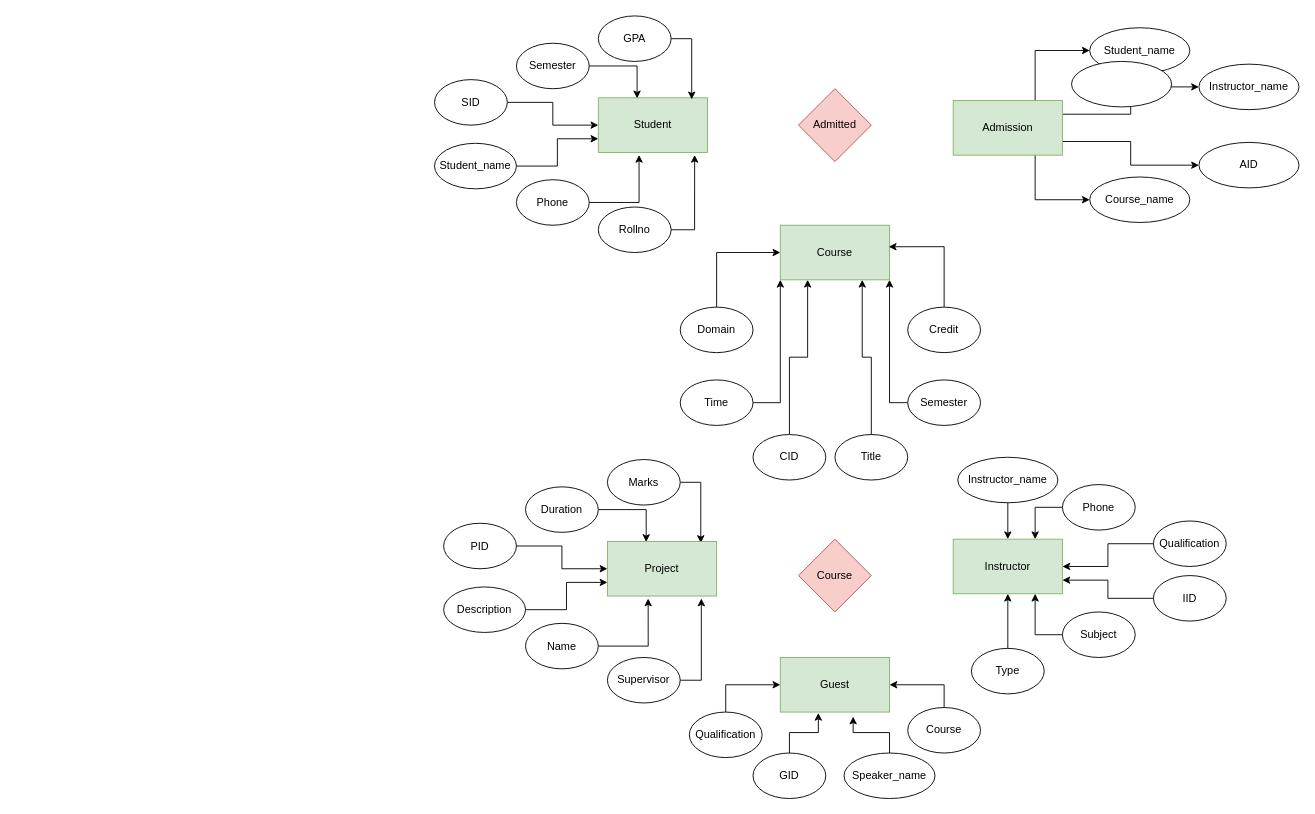
Earlier version of the draw.io diagram database.drawio (sujalthakuri/h). Source tidied: cells renumbered, new cells numbered last; positions are measured from the earlier drawing's top-left corner, leaving out a move shared by most shapes. Both pictures are drawn from the tidied source at 91%, with x=0, y=0 at pixel (434, 15).
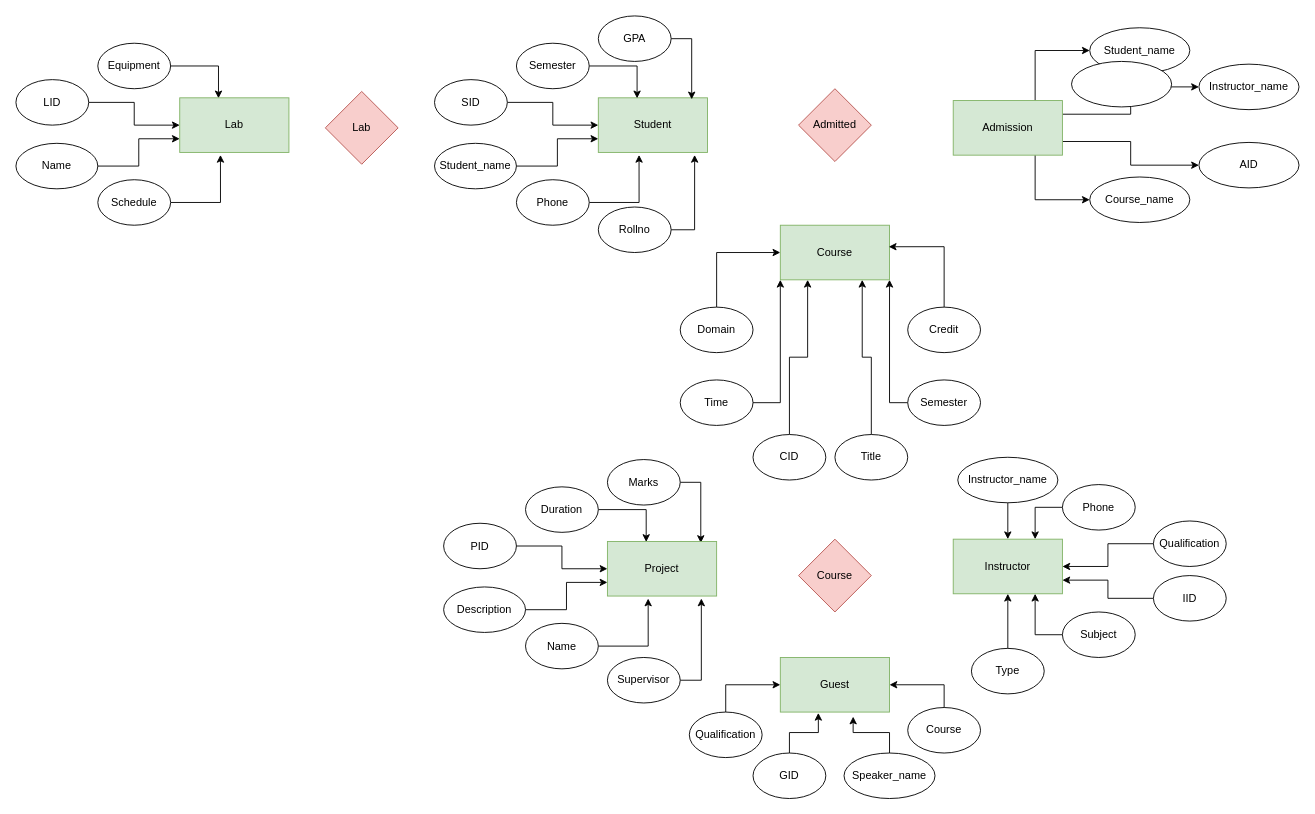
Above is the later version.

Commit message:
Lab Entity added

Change to the diagram source:
```diff
@@
+    <mxCell id="75" value="Lab" style="rhombus;whiteSpace=wrap;html=1;fillColor=#f8cecc;strokeColor=#b85450;" parent="1" vertex="1">
+      <mxGeometry x="-120" y="83" width="80" height="80" as="geometry" />
+    </mxCell>
+    <mxCell id="76" style="edgeStyle=orthogonalEdgeStyle;rounded=0;jettySize=auto;html=1;exitX=1;exitY=0.5;exitDx=0;exitDy=0;entryX=0;entryY=0.5;entryDx=0;entryDy=0;" parent="1" edge="1" source="77" target="84">
+      <mxGeometry relative="1" as="geometry" />
+    </mxCell>
+    <mxCell id="77" value="LID" style="ellipse;whiteSpace=wrap;html=1;" parent="1" vertex="1">
+      <mxGeometry x="-460" y="70" width="80" height="50" as="geometry" />
+    </mxCell>
+    <mxCell id="78" style="edgeStyle=orthogonalEdgeStyle;rounded=0;jettySize=auto;html=1;exitX=1;exitY=0.5;exitDx=0;exitDy=0;entryX=0.373;entryY=1.046;entryDx=0;entryDy=0;entryPerimeter=0;" parent="1" edge="1" source="79" target="84">
+      <mxGeometry relative="1" as="geometry" />
+    </mxCell>
+    <mxCell id="79" value="Schedule" style="ellipse;whiteSpace=wrap;html=1;" parent="1" vertex="1">
+      <mxGeometry x="-370" y="180" width="80" height="50" as="geometry" />
+    </mxCell>
+    <mxCell id="80" style="edgeStyle=orthogonalEdgeStyle;rounded=0;jettySize=auto;html=1;exitX=1;exitY=0.5;exitDx=0;exitDy=0;entryX=0.355;entryY=0.009;entryDx=0;entryDy=0;entryPerimeter=0;" parent="1" edge="1" source="81" target="84">
+      <mxGeometry relative="1" as="geometry" />
+    </mxCell>
+    <mxCell id="81" value="Equipment" style="ellipse;whiteSpace=wrap;html=1;" parent="1" vertex="1">
+      <mxGeometry x="-370" y="30" width="80" height="50" as="geometry" />
+    </mxCell>
+    <mxCell id="82" style="edgeStyle=orthogonalEdgeStyle;rounded=0;jettySize=auto;html=1;exitX=1;exitY=0.5;exitDx=0;exitDy=0;entryX=0;entryY=0.75;entryDx=0;entryDy=0;" parent="1" edge="1" source="83" target="84">
+      <mxGeometry relative="1" as="geometry" />
+    </mxCell>
+    <mxCell id="83" value="Name" style="ellipse;whiteSpace=wrap;html=1;" parent="1" vertex="1">
+      <mxGeometry x="-460" y="140" width="90" height="50" as="geometry" />
+    </mxCell>
+    <mxCell id="84" value="Lab" style="rounded=0;whiteSpace=wrap;html=1;fillColor=#d5e8d4;strokeColor=#82b366;" parent="1" vertex="1">
+      <mxGeometry x="-280" y="90" width="120" height="60" as="geometry" />
+    </mxCell>
```
